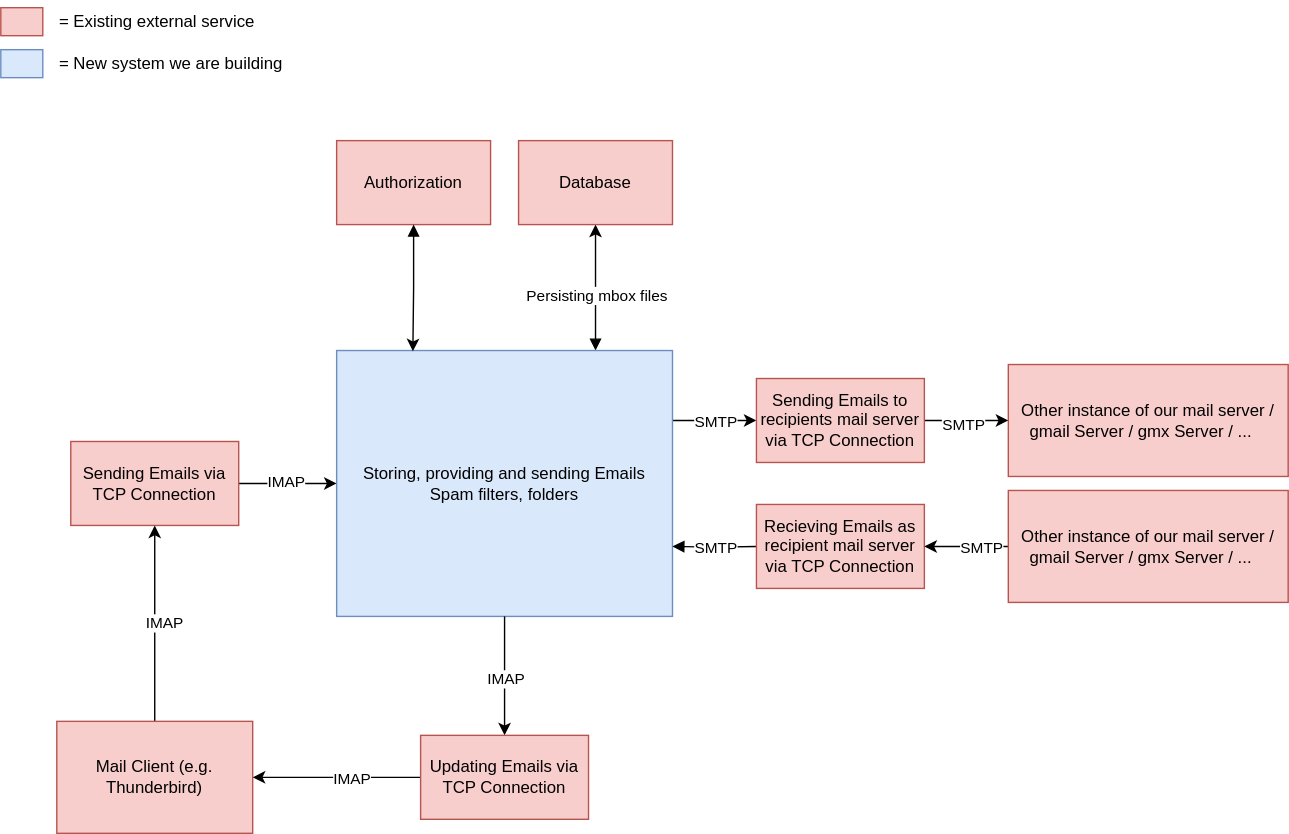
Before: docs/system design/1.SystemContextDiagram.drawio.svg, a diagram exported from draw.io (DHBW-Mailflow/mailserver). Source tidied: cells renumbered, new cells last; positions are measured from the earlier drawing's top-left corner, leaving out a move shared by most shapes.
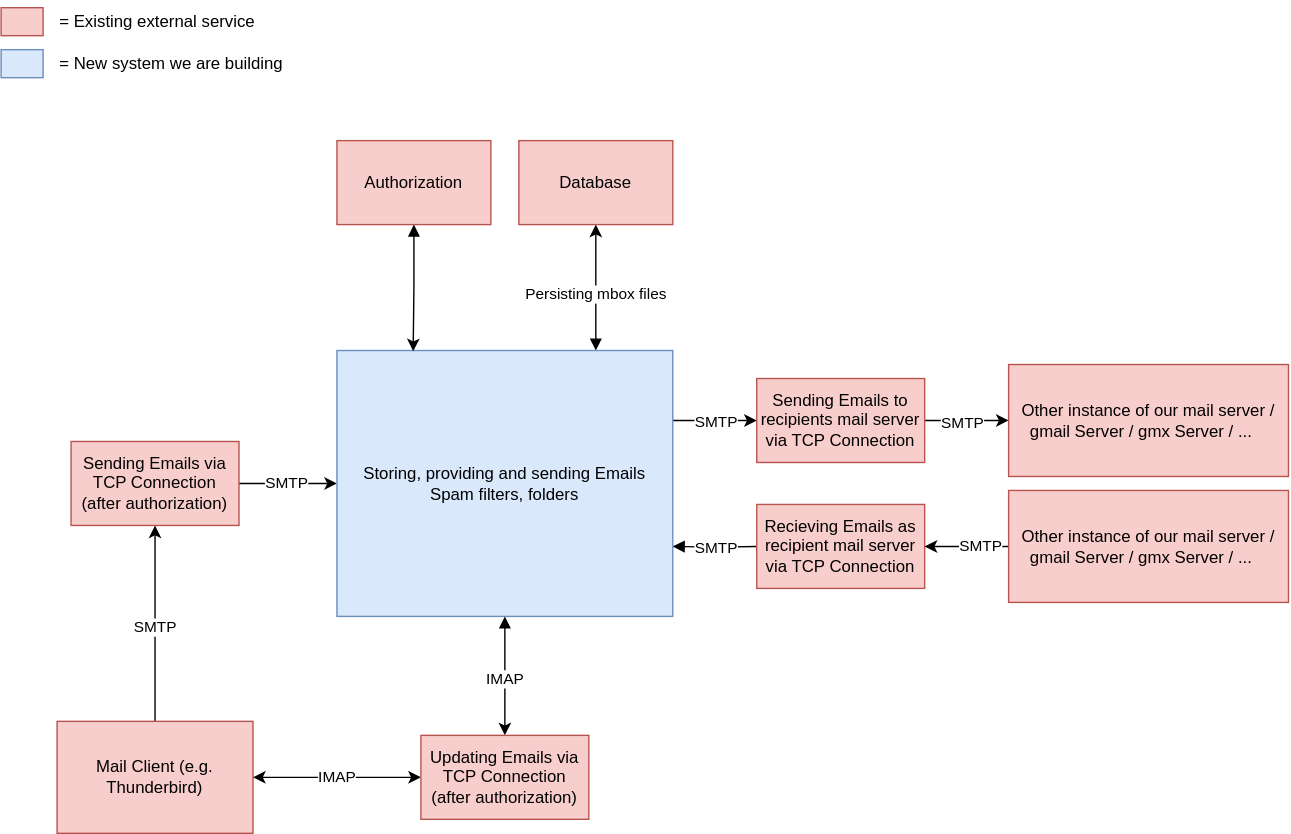
Above is the later version.

Commit message:
fix(SCD): Make sure System Context Diagram does use the right protocols for the respective tasks

What changed in the source:
```diff
@@ -5,10 +5,12 @@
     <mxCell id="2" style="edgeStyle=orthogonalEdgeStyle;rounded=0;jettySize=auto;html=1;entryX=0;entryY=0.5;entryDx=0;entryDy=0;" parent="1" edge="1" source="4" target="10">
       <mxGeometry relative="1" as="geometry" />
     </mxCell>
-    <mxCell id="3" value="IMAP" style="edgeLabel;html=1;align=center;verticalAlign=middle;" parent="2" vertex="1">
-      <mxGeometry x="-0.05" y="2" relative="1" as="geometry" />
+    <mxCell id="3" value="SMTP" style="edgeLabel;html=1;align=center;verticalAlign=middle;" parent="2" vertex="1">
+      <mxGeometry x="-0.05" y="2" relative="1" as="geometry">
+        <mxPoint y="2" as="offset" />
+      </mxGeometry>
     </mxCell>
-    <mxCell id="4" value="Sending Emails via TCP Connection" style="rounded=0;whiteSpace=wrap;html=1;fillColor=#f8cecc;strokeColor=#b85450;" parent="1" vertex="1">
+    <mxCell id="4" value="Sending Emails via TCP Connection&lt;br&gt;(after authorization)" style="rounded=0;whiteSpace=wrap;html=1;fillColor=#f8cecc;strokeColor=#b85450;" parent="1" vertex="1">
       <mxGeometry x="50" y="315" width="120" height="60" as="geometry" />
     </mxCell>
     <mxCell id="5" value="Authorization" style="rounded=0;whiteSpace=wrap;html=1;fillColor=#f8cecc;strokeColor=#b85450;" parent="1" vertex="1">
@@ -62,16 +64,16 @@
     <mxCell id="16" style="edgeStyle=orthogonalEdgeStyle;rounded=0;jettySize=auto;html=1;entryX=0.5;entryY=1;entryDx=0;entryDy=0;" parent="1" edge="1" source="18" target="4">
       <mxGeometry relative="1" as="geometry" />
     </mxCell>
-    <mxCell id="17" value="IMAP" style="edgeLabel;html=1;align=center;verticalAlign=middle;" parent="16" vertex="1">
-      <mxGeometry x="0.02" y="-6" relative="1" as="geometry" />
-    </mxCell>
+    <mxCell id="35" value="SMTP" style="edgeLabel;html=1;align=center;verticalAlign=middle;" parent="16" vertex="1">
+      <mxGeometry x="-0.03" relative="1" as="geometry" />
+    </mxCell>
     <mxCell id="18" value="Mail Client (e.g. Thunderbird)" style="rounded=0;whiteSpace=wrap;html=1;fillColor=#f8cecc;strokeColor=#b85450;" parent="1" vertex="1">
       <mxGeometry x="40" y="515" width="140" height="80" as="geometry" />
     </mxCell>
     <mxCell id="19" style="edgeStyle=orthogonalEdgeStyle;rounded=0;jettySize=auto;html=1;entryX=0.227;entryY=0.003;entryDx=0;entryDy=0;entryPerimeter=0;startArrow=block;startFill=1;" parent="1" edge="1" source="5" target="10">
       <mxGeometry relative="1" as="geometry" />
     </mxCell>
-    <mxCell id="20" style="edgeStyle=orthogonalEdgeStyle;rounded=0;jettySize=auto;html=1;entryX=0.5;entryY=0;entryDx=0;entryDy=0;" parent="1" edge="1" source="10" target="24">
+    <mxCell id="20" style="edgeStyle=orthogonalEdgeStyle;rounded=0;jettySize=auto;html=1;entryX=0.5;entryY=0;entryDx=0;entryDy=0;startArrow=block;startFill=1;" parent="1" edge="1" source="10" target="24">
       <mxGeometry relative="1" as="geometry" />
     </mxCell>
     <mxCell id="21" value="IMAP" style="edgeLabel;html=1;align=center;verticalAlign=middle;" parent="20" vertex="1">
@@ -79,15 +81,15 @@
         <mxPoint x="-1" y="27" as="offset" />
       </mxGeometry>
     </mxCell>
-    <mxCell id="22" style="edgeStyle=orthogonalEdgeStyle;rounded=0;jettySize=auto;html=1;entryX=1;entryY=0.5;entryDx=0;entryDy=0;" parent="1" edge="1" source="24" target="18">
+    <mxCell id="22" style="edgeStyle=orthogonalEdgeStyle;rounded=0;jettySize=auto;html=1;entryX=1;entryY=0.5;entryDx=0;entryDy=0;startArrow=classic;startFill=1;" parent="1" edge="1" source="24" target="18">
       <mxGeometry relative="1" as="geometry" />
     </mxCell>
     <mxCell id="23" value="IMAP" style="edgeLabel;html=1;align=center;verticalAlign=middle;" parent="22" vertex="1">
       <mxGeometry x="-0.33" y="-3" relative="1" as="geometry">
-        <mxPoint x="-10" y="3" as="offset" />
+        <mxPoint x="-20" y="3" as="offset" />
       </mxGeometry>
     </mxCell>
-    <mxCell id="24" value="Updating Emails via TCP Connection" style="rounded=0;whiteSpace=wrap;html=1;fillColor=#f8cecc;strokeColor=#b85450;" parent="1" vertex="1">
+    <mxCell id="24" value="Updating Emails via TCP Connection&lt;br&gt;(after authorization)" style="rounded=0;whiteSpace=wrap;html=1;fillColor=#f8cecc;strokeColor=#b85450;" parent="1" vertex="1">
       <mxGeometry x="300" y="525" width="120" height="60" as="geometry" />
     </mxCell>
     <mxCell id="25" style="edgeStyle=orthogonalEdgeStyle;rounded=0;jettySize=auto;html=1;startArrow=block;startFill=1;endArrow=none;endFill=0;" parent="1" edge="1" target="27">
```
